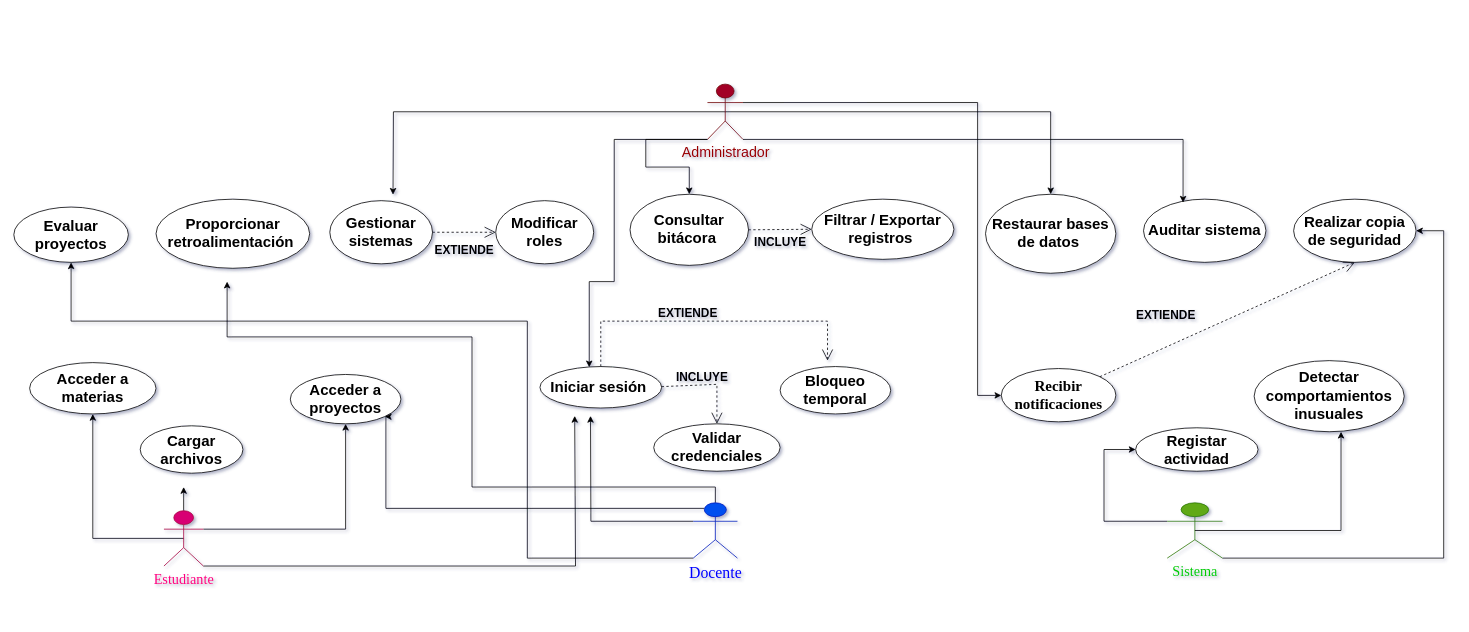
The draw.io diagram page "Página-1" (1 of 2) of Diagrama caso de uso.drawio in ale18-ship/DiagramaCasosdeUsos, before the edit. Source tidied: cells renumbered, new cells numbered last; positions are measured from the earlier drawing's top-left corner, leaving out a move shared by most shapes. Both pictures are drawn from the tidied source at 79%, with x=0, y=0 at pixel (13, 84).
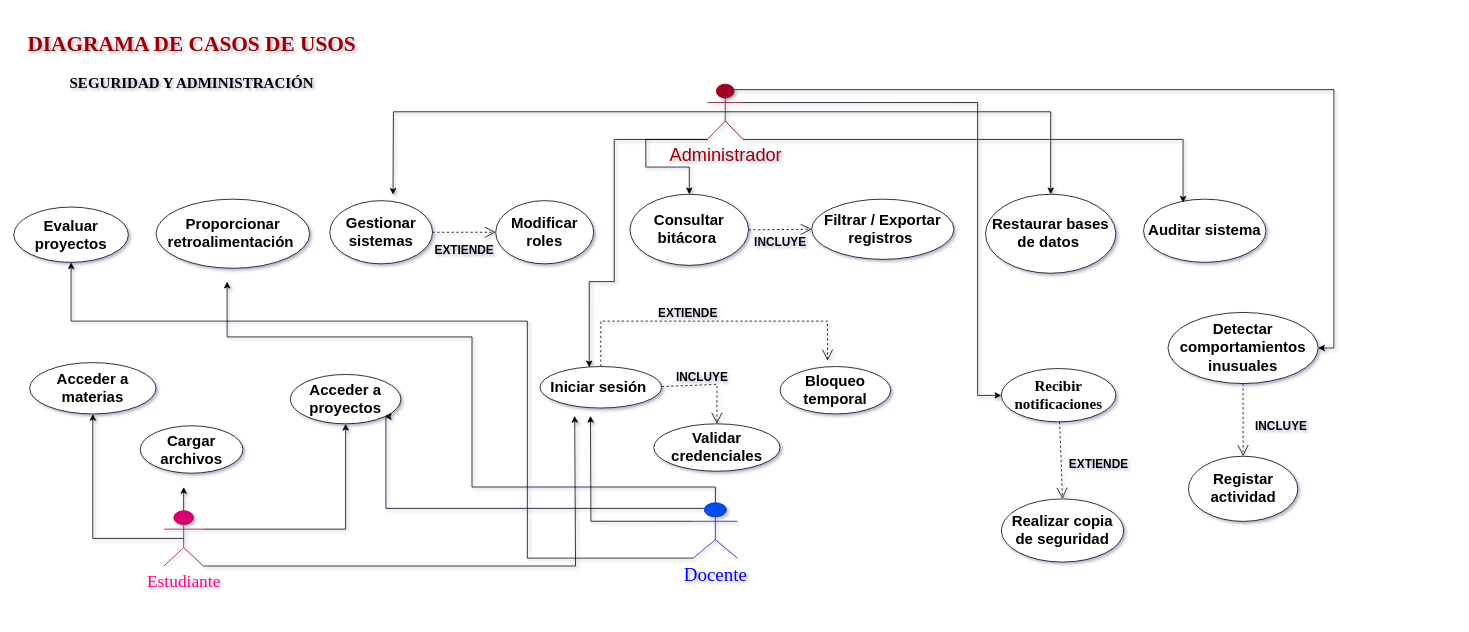
The same diagram, later.

The change refers to these unchanged cells:
```xml
<mxCell id="23" value="Recibir notificaciones" style="ellipse;whiteSpace=wrap;html=1;fontFamily=Times New Roman;fontSize=19;fontStyle=1;labelBackgroundColor=none;" parent="1" vertex="1">
  <mxGeometry x="1250" y="360" width="145" height="67.5" as="geometry" />
</mxCell>
```

Diff of the diagram source:
```diff
@@
-    <mxCell id="6" value="Estudiante&lt;div&gt;&lt;br&gt;&lt;/div&gt;" style="shape=umlActor;verticalLabelPosition=bottom;verticalAlign=top;html=1;outlineConnect=0;fontFamily=Times New Roman;fontSize=18;labelBackgroundColor=none;fillColor=#d80073;fontColor=#FF0080;strokeColor=#A50040;" parent="1" vertex="1">
+    <mxCell id="6" value="Estudiante&lt;div&gt;&lt;br&gt;&lt;/div&gt;" style="shape=umlActor;verticalLabelPosition=bottom;verticalAlign=top;html=1;outlineConnect=0;fontFamily=Times New Roman;fontSize=22;labelBackgroundColor=none;fillColor=#d80073;fontColor=#FF0080;strokeColor=#A50040;" parent="1" vertex="1">
       <mxGeometry x="190" y="540" width="50" height="70" as="geometry" />
     </mxCell>
@@
-    <mxCell id="14" value="Docente" style="shape=umlActor;verticalLabelPosition=bottom;verticalAlign=top;html=1;outlineConnect=0;fontFamily=Times New Roman;fontSize=20;labelBackgroundColor=none;fillColor=#0050ef;fontColor=#0000FF;strokeColor=#001DBC;" parent="1" vertex="1">
+    <mxCell id="14" value="Docente" style="shape=umlActor;verticalLabelPosition=bottom;verticalAlign=top;html=1;outlineConnect=0;fontFamily=Times New Roman;fontSize=24;labelBackgroundColor=none;fillColor=#0050ef;fontColor=#0000FF;strokeColor=#001DBC;" parent="1" vertex="1">
       <mxGeometry x="860" y="530" width="56" height="70" as="geometry" />
     </mxCell>
@@
-    <mxCell id="22" value="Administrador" style="shape=umlActor;verticalLabelPosition=bottom;verticalAlign=top;html=1;outlineConnect=0;fontSize=18;labelBackgroundColor=none;labelBorderColor=none;textShadow=0;fillColor=#a20025;fontColor=#990000;strokeColor=#6F0000;" parent="1" vertex="1">
+    <mxCell id="22" value="Administrador" style="shape=umlActor;verticalLabelPosition=bottom;verticalAlign=top;html=1;outlineConnect=0;fontSize=23;labelBackgroundColor=none;labelBorderColor=none;textShadow=0;fillColor=#a20025;fontColor=#990000;strokeColor=#6F0000;" parent="1" vertex="1">
       <mxGeometry x="878" width="45" height="70" as="geometry" />
     </mxCell>
@@
-    <mxCell id="24" value="Detectar comportamientos inusuales" style="ellipse;whiteSpace=wrap;html=1;fontSize=19;fontStyle=1;labelBackgroundColor=none;" parent="1" vertex="1">
-      <mxGeometry x="1570" y="350" width="190" height="90" as="geometry" />
-    </mxCell>
     <mxCell id="25" value="Registar actividad" style="ellipse;whiteSpace=wrap;html=1;fontSize=19;fontStyle=1;labelBackgroundColor=none;" parent="1" vertex="1">
-      <mxGeometry x="1420" y="435" width="155" height="55" as="geometry" />
+      <mxGeometry x="1486.8" y="471" width="138.5" height="82.5" as="geometry" />
     </mxCell>
-    <mxCell id="26" style="edgeStyle=orthogonalEdgeStyle;rounded=0;jettySize=auto;html=1;exitX=1;exitY=1;exitDx=0;exitDy=0;exitPerimeter=0;entryX=1;entryY=0.5;entryDx=0;entryDy=0;" parent="1" edge="1" source="28" target="29">
-      <mxGeometry relative="1" as="geometry">
-        <Array as="points">
-          <mxPoint x="1810" y="600" />
-          <mxPoint x="1810" y="186" />
-        </Array>
-      </mxGeometry>
-    </mxCell>
-    <mxCell id="27" style="edgeStyle=orthogonalEdgeStyle;rounded=0;jettySize=auto;html=1;exitX=0;exitY=0.3333333333333333;exitDx=0;exitDy=0;exitPerimeter=0;entryX=0;entryY=0.5;entryDx=0;entryDy=0;" parent="1" edge="1" source="28" target="25">
-      <mxGeometry relative="1" as="geometry">
-        <Array as="points">
-          <mxPoint x="1380" y="553" />
-          <mxPoint x="1380" y="463" />
-        </Array>
-      </mxGeometry>
-    </mxCell>
-    <mxCell id="28" value="Sistema" style="shape=umlActor;verticalLabelPosition=bottom;verticalAlign=top;html=1;outlineConnect=0;fontSize=18;fontFamily=Times New Roman;labelBackgroundColor=none;fillColor=#60a917;fontColor=#00CC00;strokeColor=#2D7600;" parent="1" vertex="1">
-      <mxGeometry x="1460" y="530" width="70" height="70" as="geometry" />
-    </mxCell>
     <mxCell id="29" value="Realizar copia de seguridad" style="ellipse;whiteSpace=wrap;html=1;fontSize=19;fontStyle=1;labelBackgroundColor=none;" parent="1" vertex="1">
-      <mxGeometry x="1620" y="145.6" width="155" height="80" as="geometry" />
+      <mxGeometry x="1250" y="525" width="155" height="80" as="geometry" />
     </mxCell>
@@
-    <mxCell id="44" value="EXTIENDE" style="endArrow=open;endSize=12;dashed=1;html=1;rounded=0;fontColor=default;fontSize=15;fontStyle=1;labelBackgroundColor=none;entryX=0.5;entryY=1;entryDx=0;entryDy=0;" parent="1" edge="1" source="23" target="29">
-      <mxGeometry x="-0.39" y="37" relative="1" as="geometry" />
+    <mxCell id="44" value="EXTIENDE" style="endArrow=open;endSize=12;dashed=1;html=1;rounded=0;fontColor=default;fontSize=15;fontStyle=1;labelBackgroundColor=none;entryX=0.5;entryY=0;entryDx=0;entryDy=0;" parent="1" edge="1" source="23" target="29">
+      <mxGeometry x="0.12" y="47" relative="1" as="geometry">
+        <mxPoint y="-1" as="offset" />
+      </mxGeometry>
     </mxCell>
-    <mxCell id="45" style="edgeStyle=orthogonalEdgeStyle;rounded=0;jettySize=auto;html=1;exitX=0.5;exitY=0.5;exitDx=0;exitDy=0;exitPerimeter=0;entryX=0.579;entryY=1;entryDx=0;entryDy=0;entryPerimeter=0;" parent="1" edge="1" source="28" target="24">
-      <mxGeometry relative="1" as="geometry" />
-    </mxCell>
+    <mxCell id="46" value="&lt;br&gt;&lt;div&gt;&lt;font style=&quot;color: rgb(153, 0, 0); font-size: 27px;&quot;&gt;DIAGRAMA DE CASOS DE USOS&lt;/font&gt;&lt;/div&gt;&lt;div&gt;&lt;br&gt;&lt;/div&gt;&lt;div&gt;SEGURIDAD Y ADMINISTRACIÓN&lt;/div&gt;" style="text;strokeColor=none;align=center;fillColor=none;html=1;verticalAlign=middle;whiteSpace=wrap;rounded=0;fontFamily=Times New Roman;fontStyle=1;fontSize=19;" parent="1" vertex="1">
+      <mxGeometry x="9.5" y="-78" width="431" height="78" as="geometry" />
+    </mxCell>
+    <mxCell id="47" style="edgeStyle=orthogonalEdgeStyle;rounded=0;jettySize=auto;html=1;exitX=0.75;exitY=0.1;exitDx=0;exitDy=0;exitPerimeter=0;entryX=1;entryY=0.5;entryDx=0;entryDy=0;" parent="1" edge="1" source="22" target="24">
+      <mxGeometry relative="1" as="geometry" />
+    </mxCell>
+    <mxCell id="24" value="Detectar comportamientos inusuales" style="ellipse;whiteSpace=wrap;html=1;fontSize=19;fontStyle=1;labelBackgroundColor=none;" parent="1" vertex="1">
+      <mxGeometry x="1461" y="289" width="190" height="90" as="geometry" />
+    </mxCell>
+    <mxCell id="48" value="INCLUYE" style="endArrow=open;endSize=12;dashed=1;html=1;rounded=0;fontColor=default;entryX=0.5;entryY=0;entryDx=0;entryDy=0;fontSize=15;fontStyle=1;labelBackgroundColor=none;exitX=0.5;exitY=1;exitDx=0;exitDy=0;" parent="1" edge="1" source="24" target="25">
+      <mxGeometry x="0.15" y="48" relative="1" as="geometry" />
+    </mxCell>
```
